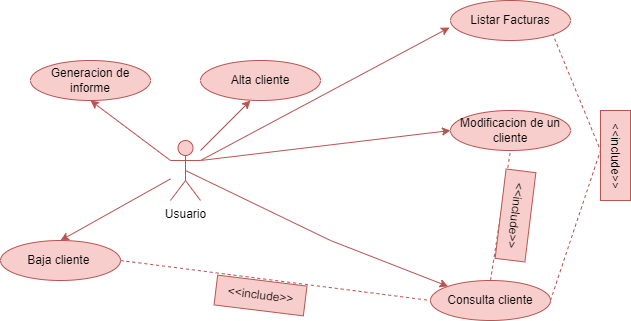
This is src/Diagramas de casos de uso/Requerimiento1/Grupo/Pablo/casos de uso pablo.drawio.png from palolo25/AD-3.-Tarea-en-equipo.-UML, a draw.io export, as it was before one commit. Source tidied: cells renumbered, new cells last; positions are measured from the earlier drawing's top-left corner, leaving out a move shared by most shapes.
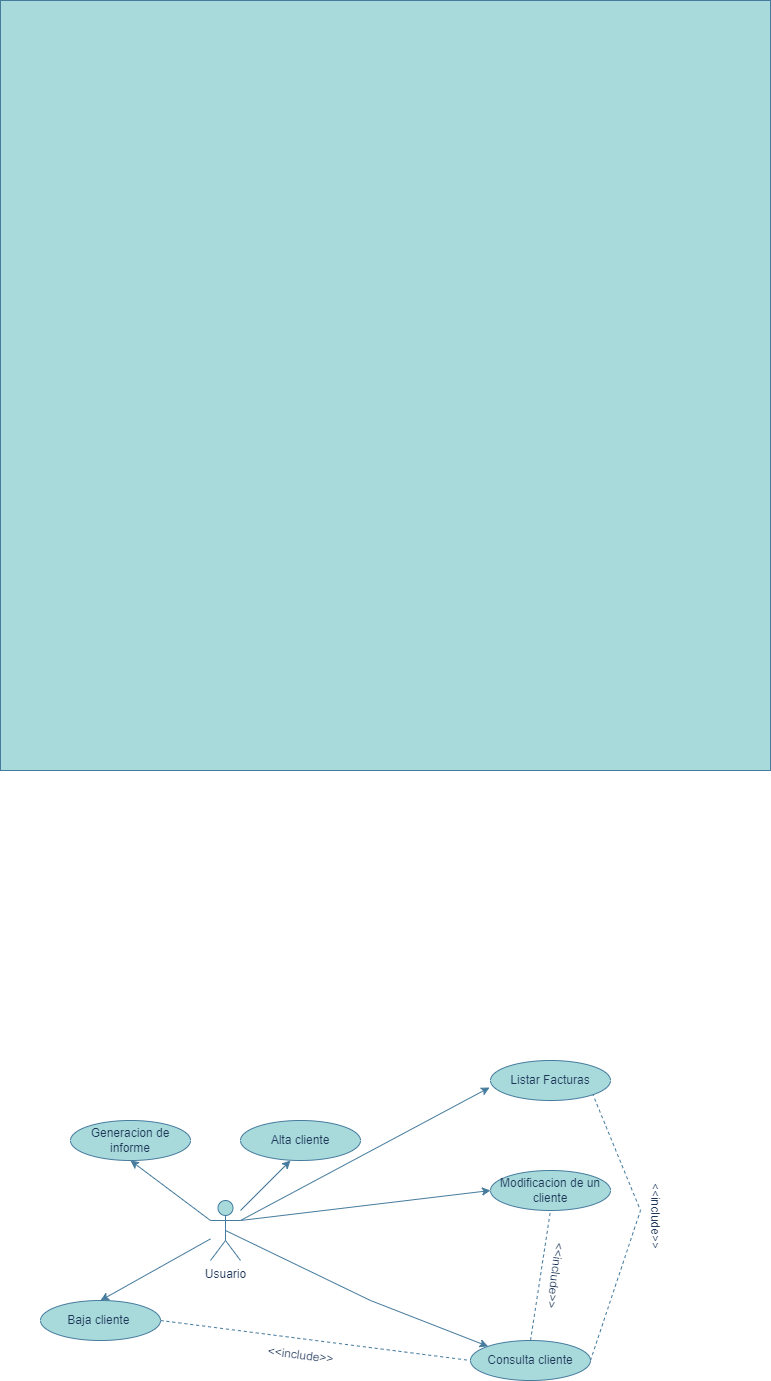
The same file after the commit.

Change to the diagram source:
```diff
@@ -1,76 +1,79 @@
-<mxGraphModel background="#FFFFFF">
+<mxGraphModel>
   <root>
     <mxCell id="0" />
     <mxCell id="1" parent="0" />
-    <mxCell id="2" value="Usuario&lt;br&gt;" style="shape=umlActor;verticalLabelPosition=bottom;verticalAlign=top;html=1;outlineConnect=0;fillColor=#f8cecc;strokeColor=#b85450;" parent="1" vertex="1">
+    <mxCell id="2" value="Usuario&lt;br&gt;" style="shape=umlActor;verticalLabelPosition=bottom;verticalAlign=top;html=1;outlineConnect=0;labelBackgroundColor=none;fillColor=#A8DADC;strokeColor=#457B9D;fontColor=#1D3557;" parent="1" vertex="1">
       <mxGeometry x="170" y="140" width="30" height="60" as="geometry" />
     </mxCell>
-    <mxCell id="3" value="Alta cliente" style="ellipse;whiteSpace=wrap;html=1;fillColor=#f8cecc;strokeColor=#b85450;" parent="1" vertex="1">
+    <mxCell id="3" value="Alta cliente" style="ellipse;whiteSpace=wrap;html=1;labelBackgroundColor=none;fillColor=#A8DADC;strokeColor=#457B9D;fontColor=#1D3557;" parent="1" vertex="1">
       <mxGeometry x="200" y="60" width="120" height="40" as="geometry" />
     </mxCell>
-    <mxCell id="4" value="Consulta cliente" style="ellipse;whiteSpace=wrap;html=1;fillColor=#f8cecc;strokeColor=#b85450;" parent="1" vertex="1">
+    <mxCell id="4" value="Consulta cliente" style="ellipse;whiteSpace=wrap;html=1;labelBackgroundColor=none;fillColor=#A8DADC;strokeColor=#457B9D;fontColor=#1D3557;" parent="1" vertex="1">
       <mxGeometry x="430" y="280" width="120" height="40" as="geometry" />
     </mxCell>
-    <mxCell id="5" value="Generacion de informe" style="ellipse;whiteSpace=wrap;html=1;fillColor=#f8cecc;strokeColor=#b85450;" parent="1" vertex="1">
+    <mxCell id="5" value="Generacion de informe" style="ellipse;whiteSpace=wrap;html=1;labelBackgroundColor=none;fillColor=#A8DADC;strokeColor=#457B9D;fontColor=#1D3557;" parent="1" vertex="1">
       <mxGeometry x="30" y="60" width="120" height="40" as="geometry" />
     </mxCell>
-    <mxCell id="6" value="Baja cliente&amp;nbsp;" style="ellipse;whiteSpace=wrap;html=1;fillColor=#f8cecc;strokeColor=#b85450;" parent="1" vertex="1">
+    <mxCell id="6" value="Baja cliente&amp;nbsp;" style="ellipse;whiteSpace=wrap;html=1;labelBackgroundColor=none;fillColor=#A8DADC;strokeColor=#457B9D;fontColor=#1D3557;" parent="1" vertex="1">
       <mxGeometry y="240" width="120" height="40" as="geometry" />
     </mxCell>
-    <mxCell id="7" value="Listar Facturas" style="ellipse;whiteSpace=wrap;html=1;fillColor=#f8cecc;strokeColor=#b85450;" parent="1" vertex="1">
+    <mxCell id="7" value="Listar Facturas" style="ellipse;whiteSpace=wrap;html=1;labelBackgroundColor=none;fillColor=#A8DADC;strokeColor=#457B9D;fontColor=#1D3557;" parent="1" vertex="1">
       <mxGeometry x="450" width="120" height="40" as="geometry" />
     </mxCell>
-    <mxCell id="8" value="Modificacion de un&lt;br&gt;cliente" style="ellipse;whiteSpace=wrap;html=1;fillColor=#f8cecc;strokeColor=#b85450;" parent="1" vertex="1">
+    <mxCell id="8" value="Modificacion de un&lt;br&gt;cliente" style="ellipse;whiteSpace=wrap;html=1;labelBackgroundColor=none;fillColor=#A8DADC;strokeColor=#457B9D;fontColor=#1D3557;" parent="1" vertex="1">
       <mxGeometry x="450" y="110" width="120" height="40" as="geometry" />
     </mxCell>
-    <mxCell id="9" style="endArrow=none;dashed=1;html=1;rounded=0;exitX=1;exitY=0.5;exitDx=0;exitDy=0;entryX=0;entryY=0.5;entryDx=0;entryDy=0;fillColor=#f8cecc;strokeColor=#b85450;" parent="1" edge="1" source="6" target="4">
+    <mxCell id="9" style="endArrow=none;dashed=1;html=1;rounded=0;exitX=1;exitY=0.5;exitDx=0;exitDy=0;entryX=0;entryY=0.5;entryDx=0;entryDy=0;labelBackgroundColor=none;strokeColor=#457B9D;fontColor=default;" parent="1" edge="1" source="6" target="4">
       <mxGeometry relative="1" as="geometry" />
     </mxCell>
-    <mxCell id="10" value="&amp;lt;&amp;lt;include&amp;gt;&amp;gt;" style="text;html=1;align=center;verticalAlign=middle;rotation=7;fillColor=#f8cecc;strokeColor=#b85450;" parent="1" vertex="1">
+    <mxCell id="10" value="&amp;lt;&amp;lt;include&amp;gt;&amp;gt;" style="text;html=1;align=center;verticalAlign=middle;rotation=7;labelBackgroundColor=none;fontColor=#1D3557;" parent="1" vertex="1">
       <mxGeometry x="215" y="280" width="90" height="30" as="geometry" />
     </mxCell>
-    <mxCell id="11" style="endArrow=classic;html=1;rounded=0;exitX=0.5;exitY=0.5;exitDx=0;exitDy=0;exitPerimeter=0;entryX=0;entryY=0;entryDx=0;entryDy=0;fillColor=#f8cecc;strokeColor=#b85450;" parent="1" edge="1" source="2" target="4">
+    <mxCell id="11" style="endArrow=classic;html=1;rounded=0;exitX=0.5;exitY=0.5;exitDx=0;exitDy=0;exitPerimeter=0;entryX=0;entryY=0;entryDx=0;entryDy=0;labelBackgroundColor=none;strokeColor=#457B9D;fontColor=default;" parent="1" edge="1" source="2" target="4">
       <mxGeometry relative="1" as="geometry">
         <Array as="points">
           <mxPoint x="330" y="240" />
         </Array>
       </mxGeometry>
     </mxCell>
-    <mxCell id="12" style="endArrow=classic;html=1;rounded=0;entryX=0.5;entryY=1;entryDx=0;entryDy=0;exitX=0;exitY=0.3333333333333333;exitDx=0;exitDy=0;exitPerimeter=0;fillColor=#f8cecc;strokeColor=#b85450;" parent="1" edge="1" source="2" target="5">
+    <mxCell id="12" style="endArrow=classic;html=1;rounded=0;entryX=0.5;entryY=1;entryDx=0;entryDy=0;exitX=0;exitY=0.3333333333333333;exitDx=0;exitDy=0;exitPerimeter=0;labelBackgroundColor=none;strokeColor=#457B9D;fontColor=default;" parent="1" edge="1" source="2" target="5">
       <mxGeometry relative="1" as="geometry" />
     </mxCell>
-    <mxCell id="13" style="endArrow=classic;html=1;rounded=0;entryX=0.5;entryY=0;entryDx=0;entryDy=0;fillColor=#f8cecc;strokeColor=#b85450;" parent="1" edge="1" source="2" target="6">
+    <mxCell id="13" style="endArrow=classic;html=1;rounded=0;entryX=0.5;entryY=0;entryDx=0;entryDy=0;labelBackgroundColor=none;strokeColor=#457B9D;fontColor=default;" parent="1" edge="1" source="2" target="6">
       <mxGeometry relative="1" as="geometry" />
     </mxCell>
-    <mxCell id="14" style="endArrow=classic;html=1;rounded=0;fillColor=#f8cecc;strokeColor=#b85450;" parent="1" edge="1">
+    <mxCell id="14" style="endArrow=classic;html=1;rounded=0;labelBackgroundColor=none;strokeColor=#457B9D;fontColor=default;" parent="1" edge="1">
       <mxGeometry relative="1" as="geometry">
         <mxPoint x="200" y="150" as="sourcePoint" />
         <mxPoint x="250" y="100" as="targetPoint" />
       </mxGeometry>
     </mxCell>
-    <mxCell id="15" style="endArrow=classic;html=1;rounded=0;entryX=-0.008;entryY=0.675;entryDx=0;entryDy=0;entryPerimeter=0;exitX=1;exitY=0.3333333333333333;exitDx=0;exitDy=0;exitPerimeter=0;fillColor=#f8cecc;strokeColor=#b85450;" parent="1" edge="1" source="2" target="7">
+    <mxCell id="15" style="endArrow=classic;html=1;rounded=0;entryX=-0.008;entryY=0.675;entryDx=0;entryDy=0;entryPerimeter=0;exitX=1;exitY=0.3333333333333333;exitDx=0;exitDy=0;exitPerimeter=0;labelBackgroundColor=none;strokeColor=#457B9D;fontColor=default;" parent="1" edge="1" source="2" target="7">
       <mxGeometry relative="1" as="geometry" />
     </mxCell>
-    <mxCell id="16" style="endArrow=classic;html=1;rounded=0;entryX=0;entryY=0.5;entryDx=0;entryDy=0;fillColor=#f8cecc;strokeColor=#b85450;" parent="1" edge="1" target="8">
+    <mxCell id="16" style="endArrow=classic;html=1;rounded=0;entryX=0;entryY=0.5;entryDx=0;entryDy=0;labelBackgroundColor=none;strokeColor=#457B9D;fontColor=default;" parent="1" edge="1" target="8">
       <mxGeometry relative="1" as="geometry">
         <mxPoint x="200" y="160" as="sourcePoint" />
       </mxGeometry>
     </mxCell>
-    <mxCell id="17" style="endArrow=none;dashed=1;html=1;rounded=0;entryX=0.5;entryY=1;entryDx=0;entryDy=0;exitX=0.5;exitY=0;exitDx=0;exitDy=0;fillColor=#f8cecc;strokeColor=#b85450;" parent="1" edge="1" source="4" target="8">
+    <mxCell id="17" style="endArrow=none;dashed=1;html=1;rounded=0;entryX=0.5;entryY=1;entryDx=0;entryDy=0;exitX=0.5;exitY=0;exitDx=0;exitDy=0;labelBackgroundColor=none;strokeColor=#457B9D;fontColor=default;" parent="1" edge="1" source="4" target="8">
       <mxGeometry relative="1" as="geometry" />
     </mxCell>
-    <mxCell id="18" value="&amp;lt;&amp;lt;include&amp;gt;&amp;gt;" style="text;html=1;align=center;verticalAlign=middle;rotation=97;fillColor=#f8cecc;strokeColor=#b85450;" parent="1" vertex="1">
+    <mxCell id="18" value="&amp;lt;&amp;lt;include&amp;gt;&amp;gt;" style="text;html=1;align=center;verticalAlign=middle;rotation=97;labelBackgroundColor=none;fontColor=#1D3557;" parent="1" vertex="1">
       <mxGeometry x="470" y="200" width="90" height="30" as="geometry" />
     </mxCell>
-    <mxCell id="19" style="endArrow=none;dashed=1;html=1;rounded=0;entryX=1;entryY=1;entryDx=0;entryDy=0;exitX=1;exitY=0.5;exitDx=0;exitDy=0;fillColor=#f8cecc;strokeColor=#b85450;" parent="1" edge="1" source="4" target="7">
+    <mxCell id="19" style="endArrow=none;dashed=1;html=1;rounded=0;entryX=1;entryY=1;entryDx=0;entryDy=0;exitX=1;exitY=0.5;exitDx=0;exitDy=0;labelBackgroundColor=none;strokeColor=#457B9D;fontColor=default;" parent="1" edge="1" source="4" target="7">
       <mxGeometry relative="1" as="geometry">
         <Array as="points">
           <mxPoint x="600" y="150" />
         </Array>
       </mxGeometry>
     </mxCell>
-    <mxCell id="20" value="&amp;lt;&amp;lt;include&amp;gt;&amp;gt;" style="text;html=1;align=center;verticalAlign=middle;rotation=90;fillColor=#f8cecc;strokeColor=#b85450;" parent="1" vertex="1">
+    <mxCell id="20" value="&amp;lt;&amp;lt;include&amp;gt;&amp;gt;" style="text;html=1;align=center;verticalAlign=middle;rotation=90;labelBackgroundColor=none;fontColor=#1D3557;" parent="1" vertex="1">
       <mxGeometry x="570" y="140" width="90" height="30" as="geometry" />
     </mxCell>
+    <mxCell id="21" style="whiteSpace=wrap;html=1;labelBackgroundColor=none;fillColor=#A8DADC;strokeColor=#457B9D;fontColor=#1D3557;" parent="1" vertex="1">
+      <mxGeometry x="-40" y="-1060" width="770" height="770" as="geometry" />
+    </mxCell>
   </root>
 </mxGraphModel>
```
